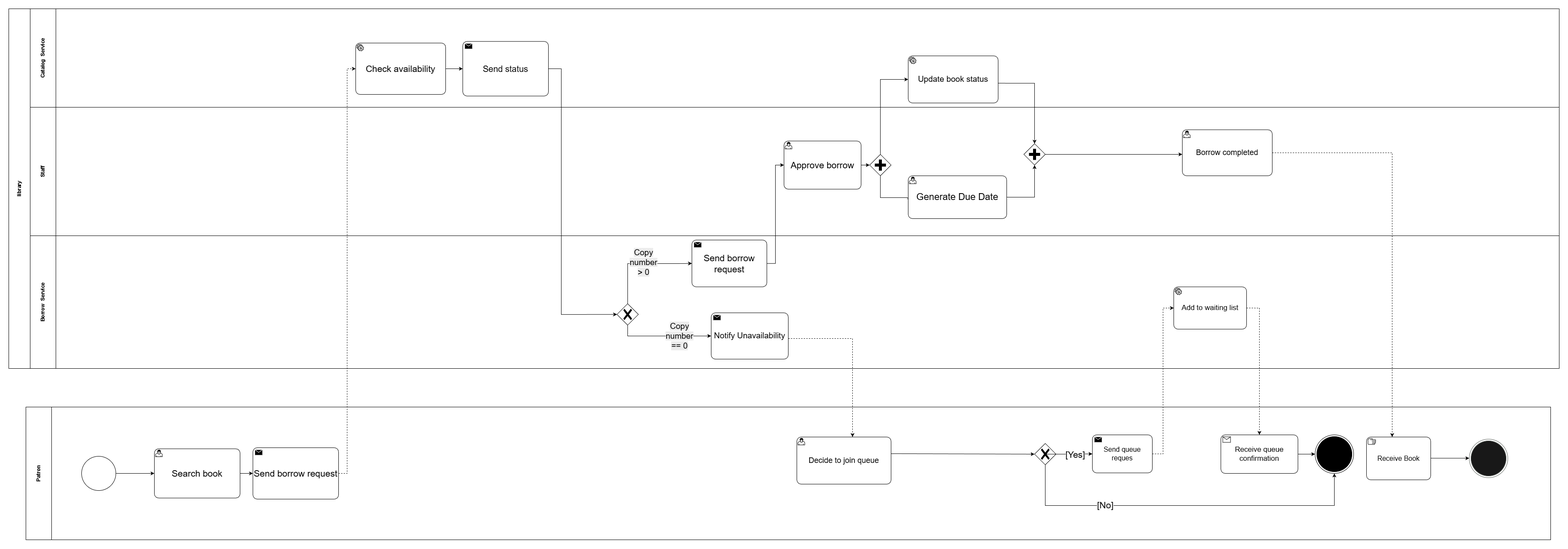
Before: cpe/lab4/BPMNv67.png, a diagram exported from draw.io (Shizulka/library-database). Source tidied: cells renumbered, new cells last; positions are measured from the earlier drawing's top-left corner, leaving out a move shared by most shapes.
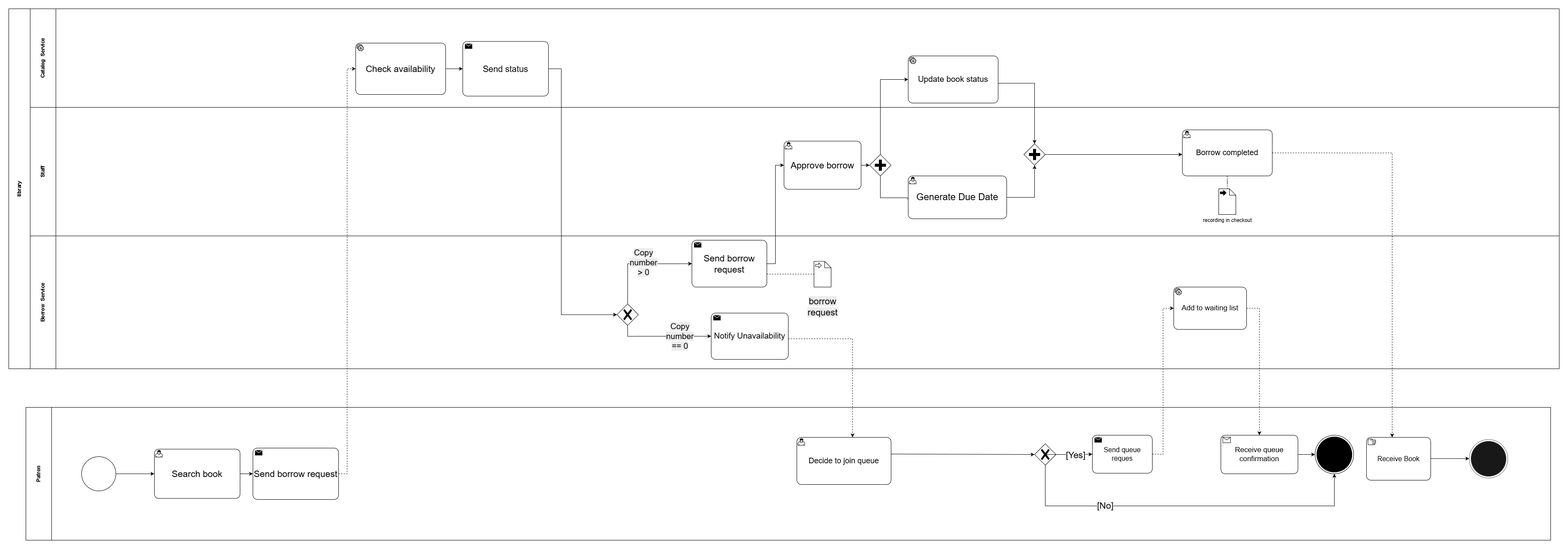
After the commit.

Change to the diagram source:
```diff
@@ -61,12 +61,18 @@
     <mxCell id="16" style="points=[[0.25,0.25,0],[0.5,0,0],[0.75,0.25,0],[1,0.5,0],[0.75,0.75,0],[0.5,1,0],[0.25,0.75,0],[0,0.5,0]];shape=mxgraph.bpmn.gateway2;html=1;verticalLabelPosition=bottom;labelBackgroundColor=#ffffff;verticalAlign=top;align=center;perimeter=rhombusPerimeter;outlineConnect=0;outline=none;symbol=none;gwType=parallel;" parent="9" vertex="1">
       <mxGeometry x="2320" y="85" width="50" height="50" as="geometry" />
     </mxCell>
+    <mxCell id="56" style="edgeStyle=orthogonalEdgeStyle;rounded=0;jettySize=auto;html=1;endArrow=none;endFill=0;dashed=1;" parent="9" edge="1" source="17" target="57">
+      <mxGeometry relative="1" as="geometry" />
+    </mxCell>
     <mxCell id="17" value="&lt;font style=&quot;font-size: 18px;&quot;&gt;Borrow completed&lt;/font&gt;" style="points=[[0.25,0,0],[0.5,0,0],[0.75,0,0],[1,0.25,0],[1,0.5,0],[1,0.75,0],[0.75,1,0],[0.5,1,0],[0.25,1,0],[0,0.75,0],[0,0.5,0],[0,0.25,0]];shape=mxgraph.bpmn.task2;whiteSpace=wrap;rectStyle=rounded;size=10;html=1;taskMarker=user;" parent="9" vertex="1">
       <mxGeometry x="2690" y="52.5" width="210" height="107.5" as="geometry" />
     </mxCell>
     <mxCell id="18" value="&lt;span style=&quot;font-size: 22px;&quot;&gt;Generate Due Date&lt;/span&gt;" style="points=[[0.25,0,0],[0.5,0,0],[0.75,0,0],[1,0.25,0],[1,0.5,0],[1,0.75,0],[0.75,1,0],[0.5,1,0],[0.25,1,0],[0,0.75,0],[0,0.5,0],[0,0.25,0]];shape=mxgraph.bpmn.task2;whiteSpace=wrap;rectStyle=rounded;size=10;html=1;taskMarker=user;" parent="9" vertex="1">
       <mxGeometry x="2050" y="160" width="230" height="100" as="geometry" />
     </mxCell>
+    <mxCell id="57" value="recording in checkout" style="shape=mxgraph.bpmn.data2;labelPosition=center;verticalLabelPosition=bottom;align=center;verticalAlign=top;size=15;html=1;bpmnTransferType=output;" parent="9" vertex="1">
+      <mxGeometry x="2775" y="190" width="40" height="60" as="geometry" />
+    </mxCell>
     <mxCell id="19" style="edgeStyle=orthogonalEdgeStyle;rounded=0;jettySize=auto;html=1;entryX=0;entryY=0.5;entryDx=0;entryDy=0;entryPerimeter=0;" parent="2" edge="1" source="14" target="5">
       <mxGeometry relative="1" as="geometry">
         <Array as="points">
@@ -123,6 +129,17 @@
     <mxCell id="30" value="&lt;span style=&quot;font-size: 19px;&quot;&gt;Notify Unavailability&lt;/span&gt;" style="points=[[0.25,0,0],[0.5,0,0],[0.75,0,0],[1,0.25,0],[1,0.5,0],[1,0.75,0],[0.75,1,0],[0.5,1,0],[0.25,1,0],[0,0.75,0],[0,0.5,0],[0,0.25,0]];shape=mxgraph.bpmn.task2;whiteSpace=wrap;rectStyle=rounded;size=10;html=1;taskMarker=send;" parent="22" vertex="1">
       <mxGeometry x="1590" y="180" width="180" height="108.1" as="geometry" />
     </mxCell>
+    <mxCell id="58" value="&lt;span style=&quot;background-color: light-dark(#ffffff, var(--ge-dark-color, #121212));&quot;&gt;&lt;br&gt;&lt;span style=&quot;color: rgb(0, 0, 0); font-family: Helvetica; font-size: 21px; font-style: normal; font-variant-ligatures: normal; font-variant-caps: normal; font-weight: 400; letter-spacing: normal; orphans: 2; text-align: center; text-indent: 0px; text-transform: none; widows: 2; word-spacing: 0px; -webkit-text-stroke-width: 0px; white-space: normal; text-decoration-thickness: initial; text-decoration-style: initial; text-decoration-color: initial; float: none; display: inline !important; background-color: rgb(236, 236, 236);&quot;&gt;borrow request&lt;/span&gt;&lt;br&gt;&lt;/span&gt;" style="shape=mxgraph.bpmn.data2;labelPosition=center;verticalLabelPosition=bottom;align=center;verticalAlign=top;size=15;html=1;bpmnTransferType=input;" parent="22" vertex="1">
+      <mxGeometry x="1830" y="59.4" width="40" height="60" as="geometry" />
+    </mxCell>
+    <mxCell id="59" style="edgeStyle=orthogonalEdgeStyle;rounded=0;jettySize=auto;html=1;entryX=0;entryY=0.5;entryDx=0;entryDy=0;entryPerimeter=0;endArrow=none;endFill=0;dashed=1;" parent="22" edge="1" source="27" target="58">
+      <mxGeometry relative="1" as="geometry">
+        <Array as="points">
+          <mxPoint x="1770" y="89" />
+          <mxPoint x="1770" y="89" />
+        </Array>
+      </mxGeometry>
+    </mxCell>
     <mxCell id="31" value="Patron" style="swimlane;startSize=60;horizontal=0;html=1;" parent="1" vertex="1">
       <mxGeometry x="40" y="930" width="3560" height="310" as="geometry" />
     </mxCell>
```
